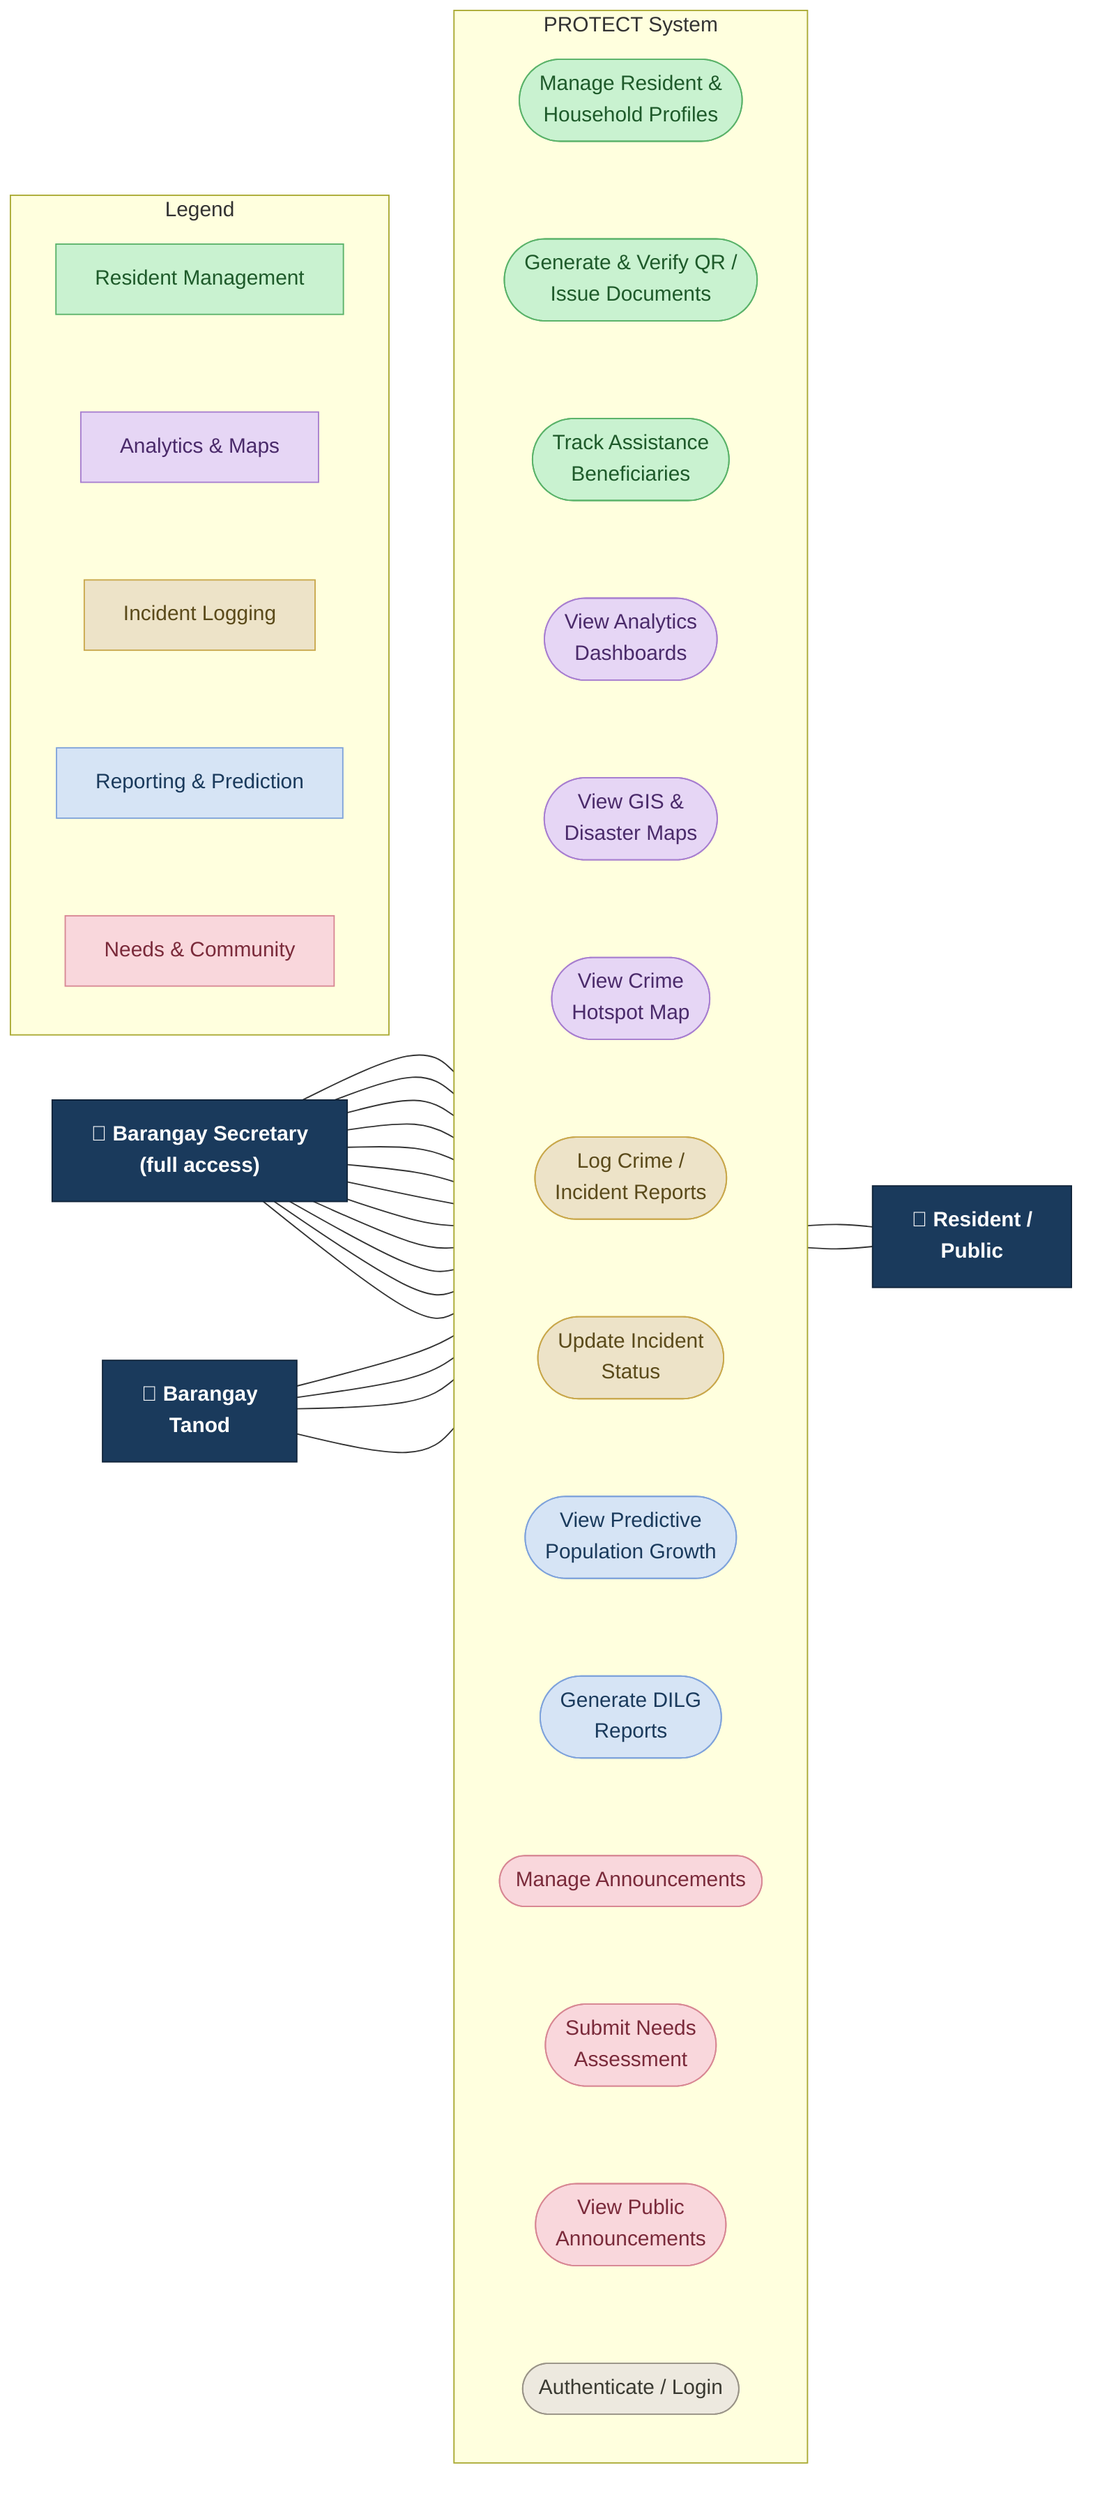
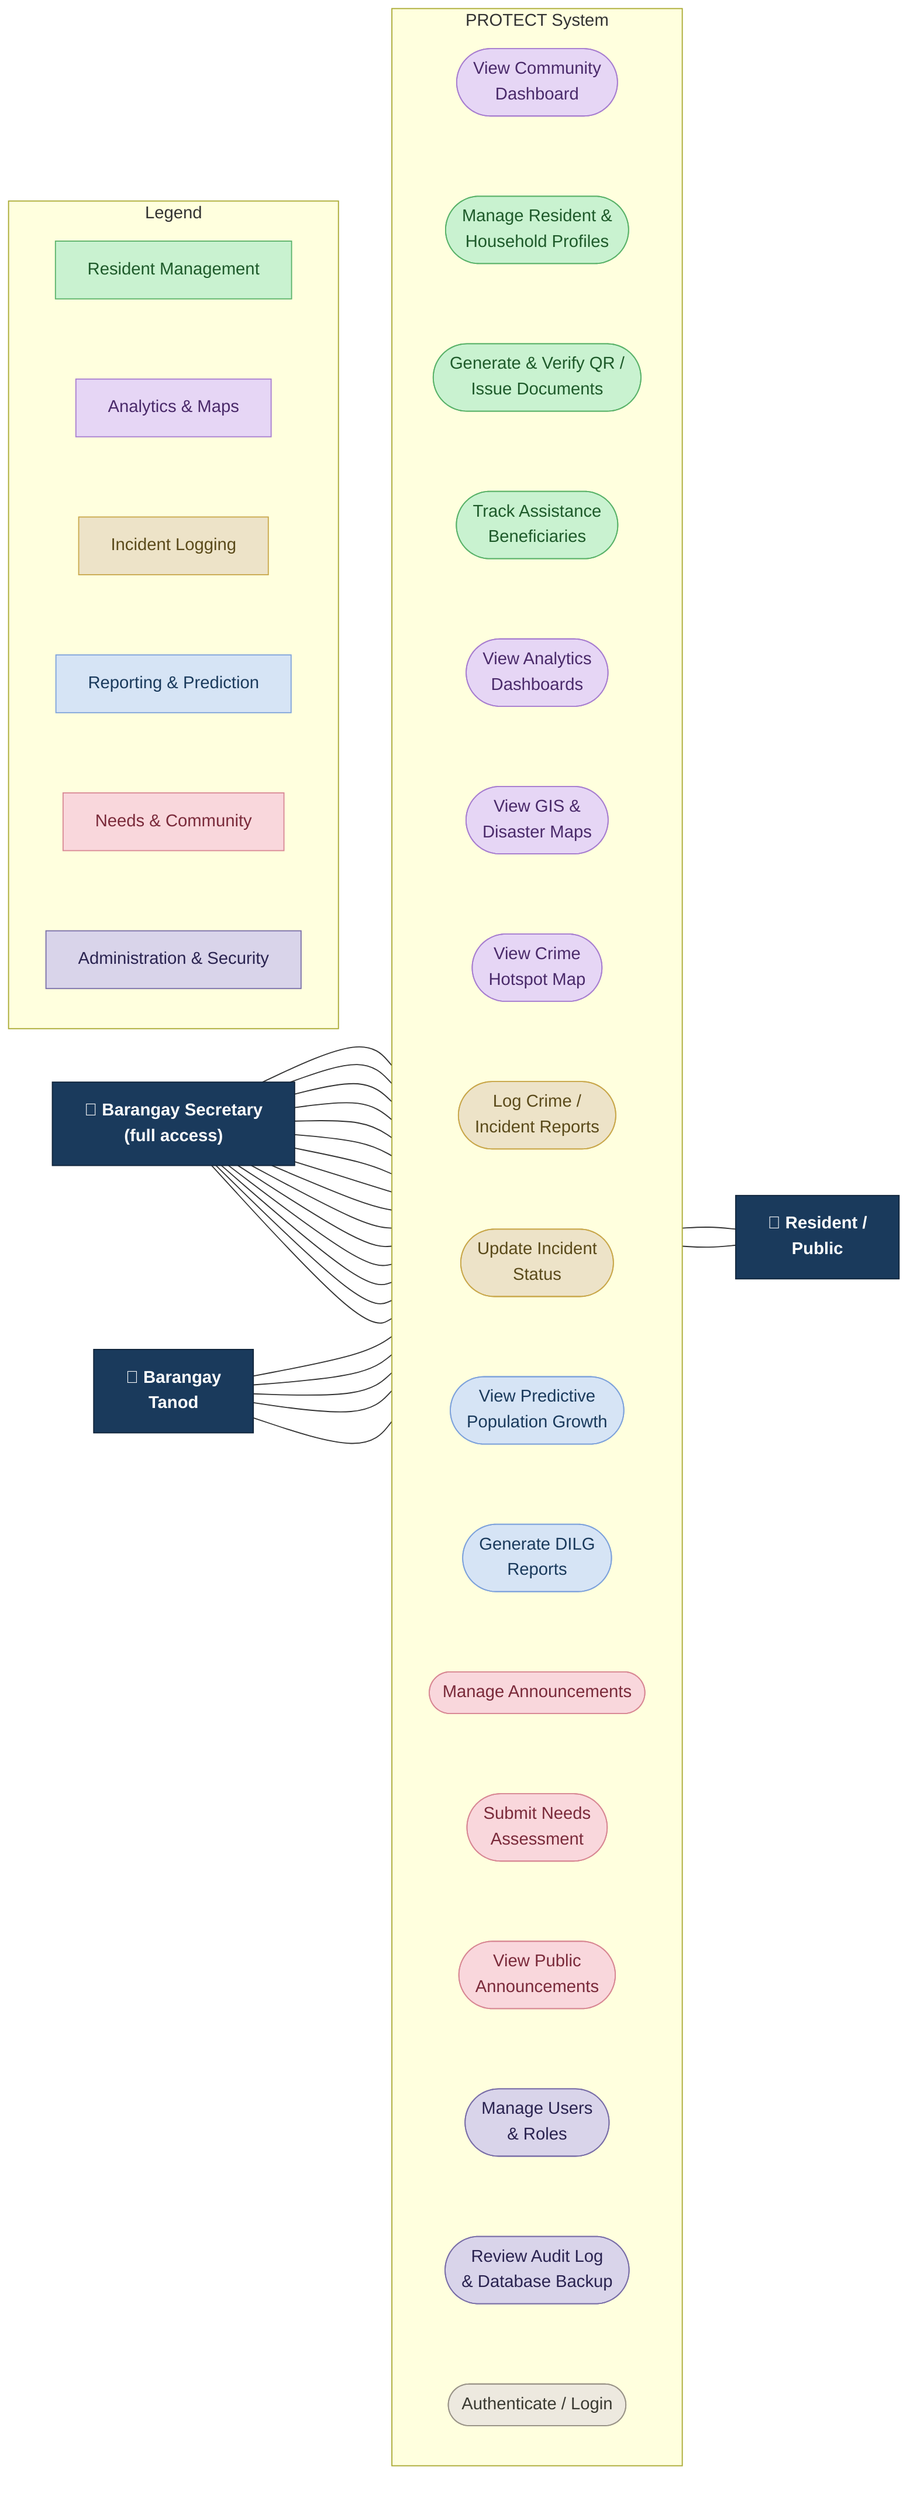
flowchart LR
    %% ===== Left actors =====
    Sec["👤 Barangay Secretary<br/>(full access)"]
    Tanod["👮 Barangay<br/>Tanod"]

    %% ===== System boundary with use cases stacked vertically =====
    subgraph SYS[PROTECT System]
      direction TB
+       U0(["View Community<br/>Dashboard"])
      U1(["Manage Resident &<br/>Household Profiles"])
      U2(["Generate & Verify QR /<br/>Issue Documents"])
      U3(["Track Assistance<br/>Beneficiaries"])
      U4(["View Analytics<br/>Dashboards"])
      U5(["View GIS &<br/>Disaster Maps"])
      U6(["View Crime<br/>Hotspot Map"])
      U7(["Log Crime /<br/>Incident Reports"])
      U8(["Update Incident<br/>Status"])
      U9(["View Predictive<br/>Population Growth"])
      U10(["Generate DILG<br/>Reports"])
      U11(["Manage Announcements"])
      U12(["Submit Needs<br/>Assessment"])
      U13(["View Public<br/>Announcements"])
-       U14(["Authenticate / Login"])
-       U1 ~~~ U2 ~~~ U3 ~~~ U4 ~~~ U5 ~~~ U6 ~~~ U7 ~~~ U8 ~~~ U9 ~~~ U10 ~~~ U11 ~~~ U12 ~~~ U13 ~~~ U14
+       U14(["Manage Users<br/>& Roles"])
+       U15(["Review Audit Log<br/>& Database Backup"])
+       U16(["Authenticate / Login"])
+       U0 ~~~ U1 ~~~ U2 ~~~ U3 ~~~ U4 ~~~ U5 ~~~ U6 ~~~ U7 ~~~ U8 ~~~ U9 ~~~ U10 ~~~ U11 ~~~ U12 ~~~ U13 ~~~ U14 ~~~ U15 ~~~ U16
    end

    %% ===== Right actor =====
    Res["🧑 Resident /<br/>Public"]

-     %% ===== Secretary / Officer — full access =====
+     %% ===== Barangay Secretary — full access =====
+     Sec --- U0
    Sec --- U1
    Sec --- U2
    Sec --- U3
    Sec --- U4
    Sec --- U5
    Sec --- U6
    Sec --- U7
    Sec --- U8
    Sec --- U9
    Sec --- U10
    Sec --- U11
    Sec --- U14
+     Sec --- U15
+     Sec --- U16

-     %% ===== Tanod — peace & order =====
+     %% ===== Tanod — peace & order (Dashboard, Hotspot, Incidents) =====
+     Tanod --- U0
    Tanod --- U6
    Tanod --- U7
    Tanod --- U8
-     Tanod --- U14
+     Tanod --- U16

    %% ===== Resident / Public — no login (right side) =====
    U12 --- Res
    U13 --- Res

    %% ===== Legend =====
    subgraph LEGEND[Legend]
      direction TB
      Lg1["Resident Management"]:::resident
      Lg2["Analytics & Maps"]:::analytics
      Lg3["Incident Logging"]:::safety
      Lg4["Reporting & Prediction"]:::reporting
      Lg5["Needs & Community"]:::needs
-       Lg1 ~~~ Lg2 ~~~ Lg3 ~~~ Lg4 ~~~ Lg5
+       Lg6["Administration & Security"]:::admin
+       Lg1 ~~~ Lg2 ~~~ Lg3 ~~~ Lg4 ~~~ Lg5 ~~~ Lg6
    end

    %% ===== Styling =====
    classDef actor fill:#1A3A5C,stroke:#10243a,color:#fff,font-weight:bold;
    classDef resident fill:#C9F2D0,stroke:#5BB36A,color:#1E5A2A;
    classDef analytics fill:#E6D6F5,stroke:#A87FD0,color:#4A2A6A;
    classDef safety fill:#EDE3C8,stroke:#C9A84C,color:#5A4A1A;
    classDef reporting fill:#D6E4F5,stroke:#7FA3DB,color:#1A3A5C;
    classDef needs fill:#F9D7DC,stroke:#D88894,color:#7A2A3A;
+     classDef admin fill:#D9D4EA,stroke:#7A6FA8,color:#2A2350;
    classDef auth fill:#EDE9DF,stroke:#9A9488,color:#3A3A32;

    class Sec,Tanod,Res actor;
+     class U0,U4,U5,U6 analytics;
    class U1,U2,U3 resident;
-     class U4,U5,U6 analytics;
    class U7,U8 safety;
    class U9,U10 reporting;
    class U11,U12,U13 needs;
-     class U14 auth;
+     class U14,U15 admin;
+     class U16 auth;
